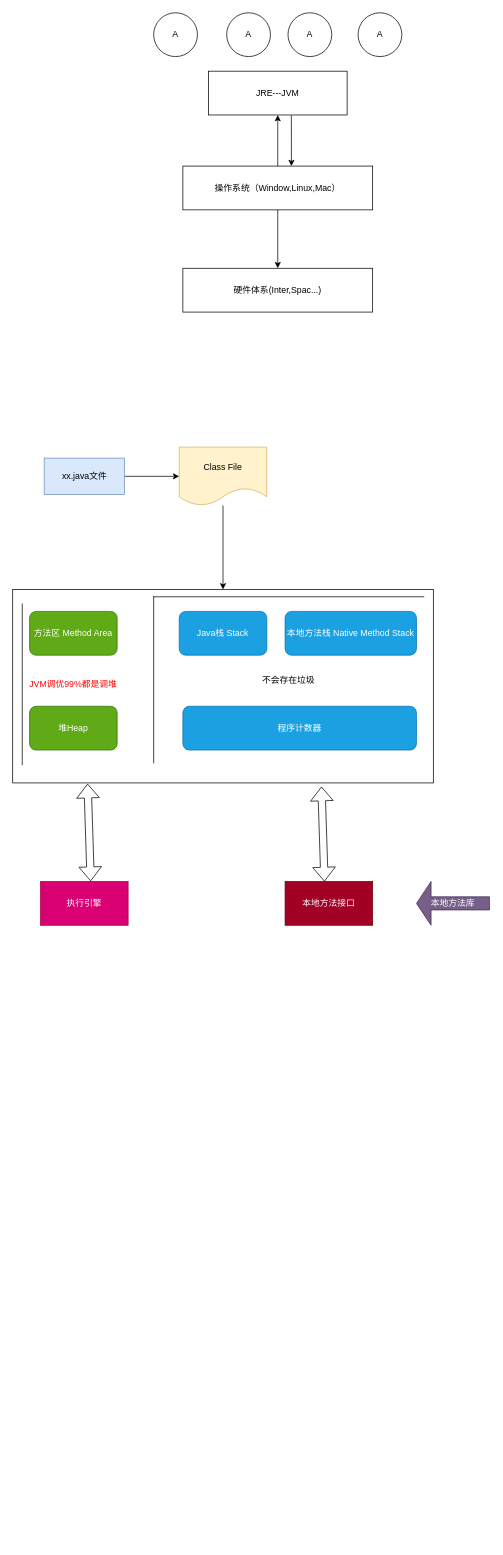
Before: JavaStudy/JVM.drawio in zj970/java, a draw.io diagram. Source tidied: cells renumbered, new cells numbered last; positions are measured from the earlier drawing's top-left corner, leaving out a move shared by most shapes. Both pictures are drawn from the tidied source at 73%, with x=0, y=0 at pixel (12, 12).
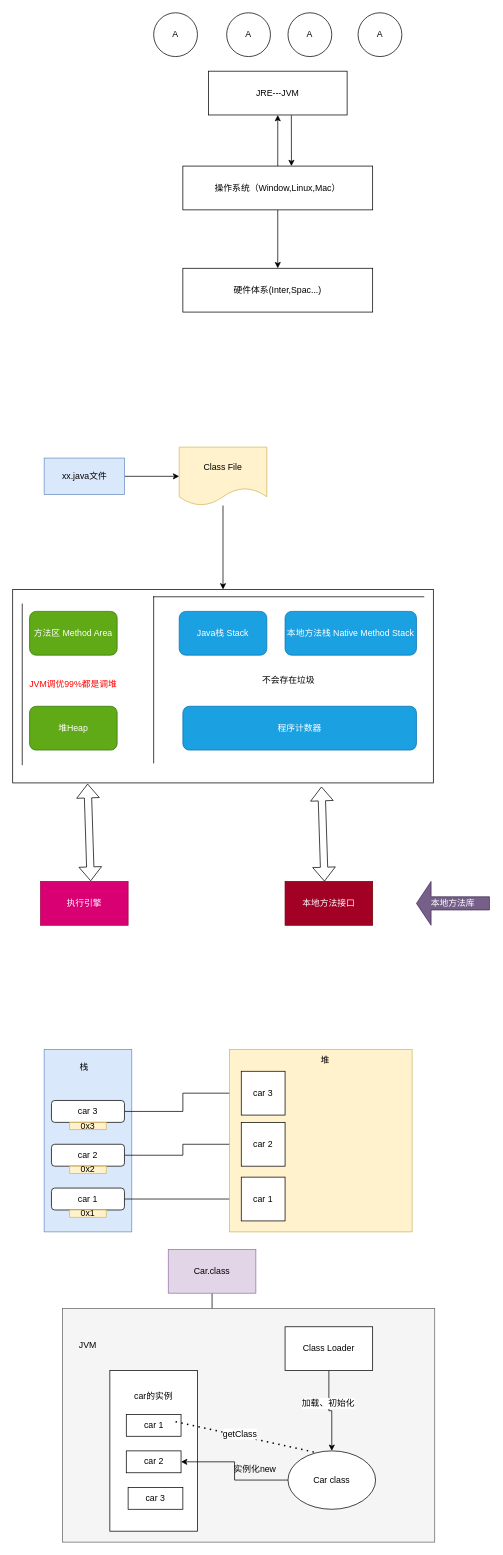
The same diagram, later.

Commit message:
类加载器--双亲委派机制

What changed in the source:
```diff
@@
+    <mxCell id="30" style="rounded=0;whiteSpace=wrap;html=1;fillColor=#dae8fc;strokeColor=#6c8ebf;" parent="1" vertex="1">
+      <mxGeometry x="43" y="1420" width="120" height="250" as="geometry" />
+    </mxCell>
+    <mxCell id="31" value="栈" style="text;html=1;strokeColor=none;fillColor=none;align=center;verticalAlign=middle;whiteSpace=wrap;rounded=0;" parent="1" vertex="1">
+      <mxGeometry x="68" y="1430" width="60" height="30" as="geometry" />
+    </mxCell>
+    <mxCell id="32" style="edgeStyle=orthogonalEdgeStyle;rounded=0;jettySize=auto;html=1;fontSize=12;noJump=0;flowAnimation=0;orthogonal=0;enumerate=0;comic=0;fixDash=0;snapToPoint=0;anchorPointDirection=1;endFill=1;startFill=1;shadow=0;" parent="1" edge="1" source="33" target="45">
+      <mxGeometry relative="1" as="geometry" />
+    </mxCell>
+    <mxCell id="33" value="car 3" style="rounded=1;whiteSpace=wrap;html=1;fontSize=12;" parent="1" vertex="1">
+      <mxGeometry x="53" y="1490" width="100" height="30" as="geometry" />
+    </mxCell>
+    <mxCell id="34" style="edgeStyle=orthogonalEdgeStyle;rounded=0;jettySize=auto;html=1;entryX=0;entryY=0.5;entryDx=0;entryDy=0;fontSize=12;" parent="1" edge="1" source="35" target="44">
+      <mxGeometry relative="1" as="geometry" />
+    </mxCell>
+    <mxCell id="35" value="car 2" style="rounded=1;whiteSpace=wrap;html=1;fontSize=12;" parent="1" vertex="1">
+      <mxGeometry x="53" y="1550" width="100" height="30" as="geometry" />
+    </mxCell>
+    <mxCell id="36" style="edgeStyle=orthogonalEdgeStyle;rounded=0;jettySize=auto;html=1;fontSize=12;" parent="1" edge="1" source="37" target="43">
+      <mxGeometry relative="1" as="geometry" />
+    </mxCell>
+    <mxCell id="37" value="car 1" style="rounded=1;whiteSpace=wrap;html=1;fontSize=12;" parent="1" vertex="1">
+      <mxGeometry x="53" y="1610" width="100" height="30" as="geometry" />
+    </mxCell>
+    <mxCell id="38" value="0x3" style="text;html=1;strokeColor=#d6b656;fillColor=#fff2cc;align=center;verticalAlign=middle;whiteSpace=wrap;rounded=0;fontSize=12;" parent="1" vertex="1">
+      <mxGeometry x="78" y="1520" width="50" height="10" as="geometry" />
+    </mxCell>
+    <mxCell id="39" value="0x2" style="text;html=1;strokeColor=#d6b656;fillColor=#fff2cc;align=center;verticalAlign=middle;whiteSpace=wrap;rounded=0;fontSize=12;" parent="1" vertex="1">
+      <mxGeometry x="78" y="1580" width="50" height="10" as="geometry" />
+    </mxCell>
+    <mxCell id="40" value="0x1" style="text;html=1;strokeColor=#d6b656;fillColor=#fff2cc;align=center;verticalAlign=middle;whiteSpace=wrap;rounded=0;fontSize=12;" parent="1" vertex="1">
+      <mxGeometry x="78" y="1640" width="50" height="10" as="geometry" />
+    </mxCell>
+    <mxCell id="41" style="whiteSpace=wrap;fontSize=12;fillColor=#fff2cc;strokeColor=#d6b656;html=1;enumerate=0;movableLabel=0;fixedWidth=0;backgroundOutline=0;fixDash=0;noLabel=0;labelPadding=0;overflow=visible;" parent="1" vertex="1">
+      <mxGeometry x="297" y="1420" width="250" height="250" as="geometry" />
+    </mxCell>
+    <mxCell id="42" value="堆" style="text;html=1;strokeColor=none;fillColor=none;align=center;verticalAlign=middle;whiteSpace=wrap;rounded=0;fontSize=12;" parent="1" vertex="1">
+      <mxGeometry x="398" y="1420" width="60" height="30" as="geometry" />
+    </mxCell>
+    <mxCell id="43" value="car 1" style="whiteSpace=wrap;html=1;fontSize=12;" parent="1" vertex="1">
+      <mxGeometry x="313" y="1595" width="60" height="60" as="geometry" />
+    </mxCell>
+    <mxCell id="44" value="car 2" style="whiteSpace=wrap;html=1;fontSize=12;" parent="1" vertex="1">
+      <mxGeometry x="313" y="1520" width="60" height="60" as="geometry" />
+    </mxCell>
+    <mxCell id="45" value="car 3" style="whiteSpace=wrap;html=1;fontSize=12;" parent="1" vertex="1">
+      <mxGeometry x="313" y="1450" width="60" height="60" as="geometry" />
+    </mxCell>
+    <mxCell id="46" style="edgeStyle=orthogonalEdgeStyle;rounded=0;comic=0;jettySize=auto;html=1;exitX=0.5;exitY=1;exitDx=0;exitDy=0;entryX=0.5;entryY=0.333;entryDx=0;entryDy=0;entryPerimeter=0;shadow=0;fontSize=12;startFill=1;endFill=1;" parent="1" edge="1" source="47" target="58">
+      <mxGeometry relative="1" as="geometry" />
+    </mxCell>
+    <mxCell id="47" value="Car.class" style="rounded=0;whiteSpace=wrap;html=1;fontSize=12;fillColor=#e1d5e7;strokeColor=#9673a6;" parent="1" vertex="1">
+      <mxGeometry x="213" y="1694" width="120" height="60" as="geometry" />
+    </mxCell>
+    <mxCell id="48" style="rounded=0;whiteSpace=wrap;html=1;fontSize=12;fillColor=#f5f5f5;fontColor=#333333;strokeColor=#666666;" parent="1" vertex="1">
+      <mxGeometry x="68" y="1775" width="510" height="320" as="geometry" />
+    </mxCell>
+    <mxCell id="49" value="JVM" style="text;html=1;strokeColor=none;fillColor=none;align=center;verticalAlign=middle;whiteSpace=wrap;rounded=0;fontSize=12;" parent="1" vertex="1">
+      <mxGeometry x="73" y="1810" width="60" height="30" as="geometry" />
+    </mxCell>
+    <mxCell id="50" style="rounded=0;whiteSpace=wrap;html=1;fontSize=12;" parent="1" vertex="1">
+      <mxGeometry x="133" y="1860" width="120" height="220" as="geometry" />
+    </mxCell>
+    <mxCell id="51" value="car的实例" style="text;html=1;strokeColor=none;fillColor=none;align=center;verticalAlign=middle;whiteSpace=wrap;rounded=0;fontSize=12;" parent="1" vertex="1">
+      <mxGeometry x="163" y="1880" width="60" height="30" as="geometry" />
+    </mxCell>
+    <mxCell id="52" value="car 1" style="rounded=0;whiteSpace=wrap;html=1;fontSize=12;" parent="1" vertex="1">
+      <mxGeometry x="155.5" y="1920" width="75" height="30" as="geometry" />
+    </mxCell>
+    <mxCell id="53" style="edgeStyle=orthogonalEdgeStyle;rounded=0;comic=0;orthogonalLoop=1;jettySize=auto;html=1;exitX=0.5;exitY=1;exitDx=0;exitDy=0;shadow=0;fontSize=12;startFill=1;endFill=1;" parent="1" edge="1" source="52" target="52">
+      <mxGeometry relative="1" as="geometry" />
+    </mxCell>
+    <mxCell id="54" value="car 2" style="rounded=0;whiteSpace=wrap;html=1;fontSize=12;" parent="1" vertex="1">
+      <mxGeometry x="155.5" y="1970" width="75" height="30" as="geometry" />
+    </mxCell>
+    <mxCell id="55" value="car 3" style="rounded=0;whiteSpace=wrap;html=1;fontSize=12;" parent="1" vertex="1">
+      <mxGeometry x="158" y="2020" width="75" height="30" as="geometry" />
+    </mxCell>
+    <mxCell id="56" style="edgeStyle=orthogonalEdgeStyle;rounded=0;comic=0;jettySize=auto;html=1;exitX=0.5;exitY=1;exitDx=0;exitDy=0;shadow=0;fontSize=12;startFill=1;endFill=1;" parent="1" edge="1" source="58" target="60">
+      <mxGeometry relative="1" as="geometry">
+        <Array as="points">
+          <mxPoint x="433" y="1915" />
+          <mxPoint x="437" y="1915" />
+        </Array>
+      </mxGeometry>
+    </mxCell>
+    <mxCell id="57" value="加载、初始化" style="edgeLabel;html=1;align=center;verticalAlign=middle;fontSize=12;" parent="56" vertex="1">
+      <mxGeometry x="-0.23" y="-2" relative="1" as="geometry" />
+    </mxCell>
+    <mxCell id="58" value="Class Loader" style="rounded=0;whiteSpace=wrap;html=1;fontSize=12;" parent="1" vertex="1">
+      <mxGeometry x="373" y="1800" width="120" height="60" as="geometry" />
+    </mxCell>
+    <mxCell id="59" style="edgeStyle=orthogonalEdgeStyle;rounded=0;comic=0;jettySize=auto;html=1;shadow=0;fontSize=12;startFill=1;endFill=1;" parent="1" edge="1" source="60" target="54">
+      <mxGeometry relative="1" as="geometry" />
+    </mxCell>
+    <mxCell id="60" value="Car class" style="ellipse;whiteSpace=wrap;html=1;fontSize=12;" parent="1" vertex="1">
+      <mxGeometry x="377" y="1970" width="120" height="80" as="geometry" />
+    </mxCell>
+    <mxCell id="61" style="endArrow=none;dashed=1;html=1;dashPattern=1 3;strokeWidth=2;rounded=0;shadow=0;comic=0;fontSize=12;entryX=0.314;entryY=0.027;entryDx=0;entryDy=0;entryPerimeter=0;exitX=0.9;exitY=0.333;exitDx=0;exitDy=0;exitPerimeter=0;" parent="1" edge="1" source="52" target="60">
+      <mxGeometry relative="1" as="geometry" />
+    </mxCell>
+    <mxCell id="62" value="&lt;div&gt;getClass&lt;/div&gt;" style="edgeLabel;html=1;align=center;verticalAlign=middle;fontSize=12;" parent="61" vertex="1">
+      <mxGeometry x="-0.09" y="3" relative="1" as="geometry" />
+    </mxCell>
+    <mxCell id="63" value="实例化new" style="text;html=1;strokeColor=none;fillColor=none;align=center;verticalAlign=middle;whiteSpace=wrap;rounded=0;fontSize=12;" parent="1" vertex="1">
+      <mxGeometry x="302" y="1980" width="60" height="30" as="geometry" />
+    </mxCell>
```
